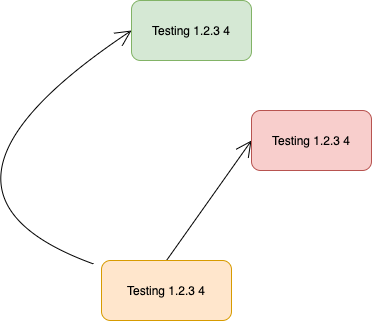
Before: Test Embedding.drawio.png, a diagram exported from draw.io (philip-gai/github-drawio-demo). Source tidied: cells renumbered, new cells last; positions are measured from the earlier drawing's top-left corner, leaving out a move shared by most shapes.
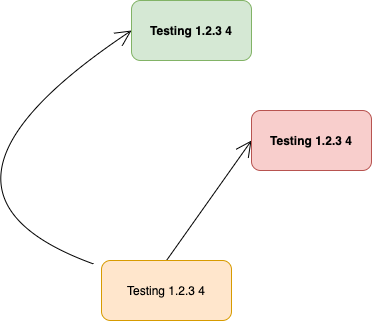
Later version of the same file.

What changed in the source:
```diff
@@ -2,7 +2,7 @@
   <root>
     <mxCell id="0" />
     <mxCell id="1" parent="0" />
-    <mxCell id="2" value="Testing 1.2.3 4" style="rounded=1;whiteSpace=wrap;html=1;fillColor=#d5e8d4;strokeColor=#82b366;" parent="1" vertex="1">
+    <mxCell id="2" value="Testing 1.2.3 4" style="rounded=1;whiteSpace=wrap;html=1;fillColor=#d5e8d4;strokeColor=#82b366;fontStyle=1;" parent="1" vertex="1">
       <mxGeometry x="240" width="120" height="60" as="geometry" />
     </mxCell>
     <mxCell id="3" style="edgeStyle=none;jettySize=auto;html=1;entryX=0;entryY=0.5;entryDx=0;entryDy=0;endArrow=open;startSize=14;endSize=14;sourcePerimeterSpacing=8;targetPerimeterSpacing=8;exitX=0.5;exitY=0;exitDx=0;exitDy=0;strokeColor=default;curved=1;" parent="1" edge="1" source="5" target="6">
@@ -18,7 +18,7 @@
     <mxCell id="5" value="Testing 1.2.3 4" style="rounded=1;whiteSpace=wrap;html=1;fillColor=#ffe6cc;strokeColor=#d79b00;" parent="1" vertex="1">
       <mxGeometry x="210" y="260" width="130" height="60" as="geometry" />
     </mxCell>
-    <mxCell id="6" value="Testing 1.2.3 4" style="rounded=1;whiteSpace=wrap;html=1;fillColor=#f8cecc;strokeColor=#b85450;" parent="1" vertex="1">
+    <mxCell id="6" value="Testing 1.2.3 4" style="rounded=1;whiteSpace=wrap;html=1;fillColor=#f8cecc;strokeColor=#b85450;fontStyle=1;" parent="1" vertex="1">
       <mxGeometry x="360" y="110" width="120" height="60" as="geometry" />
     </mxCell>
   </root>
```
